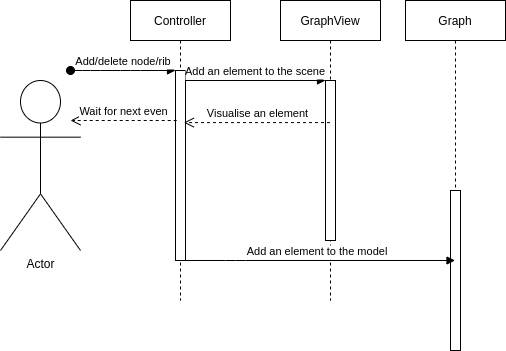
Earlier version of the draw.io export reports/UML/sequence.png (dkamakin/Practice-SPbETU-2021). Source tidied: cells renumbered, new cells last; positions are measured from the earlier drawing's top-left corner, leaving out a move shared by most shapes.
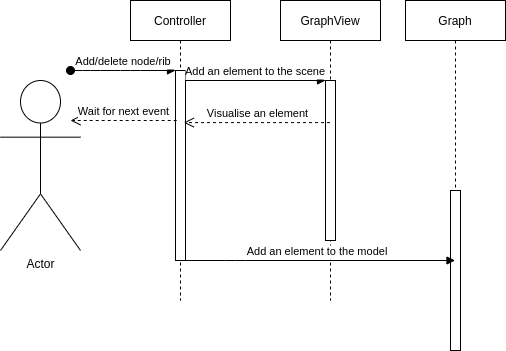
The same diagram one commit later.

Change to the diagram source:
```diff
@@ -46,7 +46,7 @@
     <mxCell id="12" value="Visualise an element" style="html=1;verticalAlign=bottom;endArrow=open;dashed=1;endSize=8;entryX=0.533;entryY=0.407;entryDx=0;entryDy=0;entryPerimeter=0;" parent="1" edge="1" source="5" target="2">
       <mxGeometry relative="1" as="geometry" />
     </mxCell>
-    <mxCell id="13" value="Wait for next even" style="html=1;verticalAlign=bottom;endArrow=open;dashed=1;endSize=8;" parent="1" edge="1">
+    <mxCell id="13" value="Wait for next event" style="html=1;verticalAlign=bottom;endArrow=open;dashed=1;endSize=8;" parent="1" edge="1">
       <mxGeometry relative="1" as="geometry">
         <mxPoint x="176.2" y="120" as="sourcePoint" />
         <mxPoint x="70" y="120" as="targetPoint" />
```
